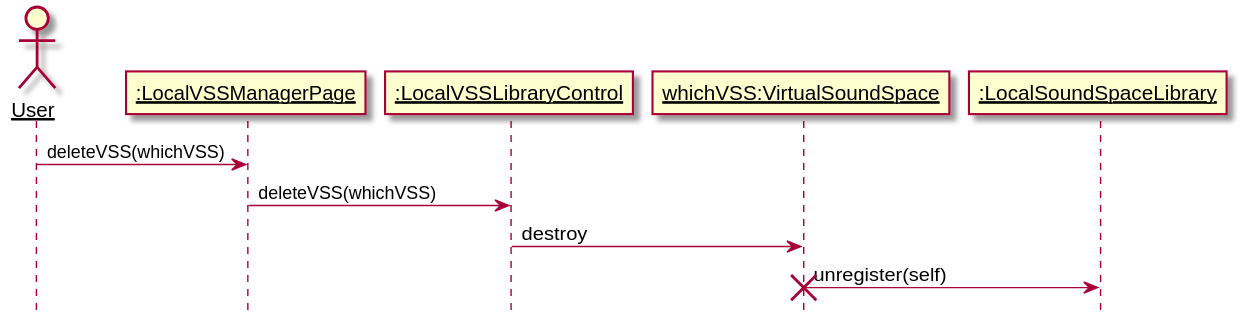
Earlier version of the PlantUML export 需求定义和分析/DeleteVSS.svg (kpp19920121/doc).
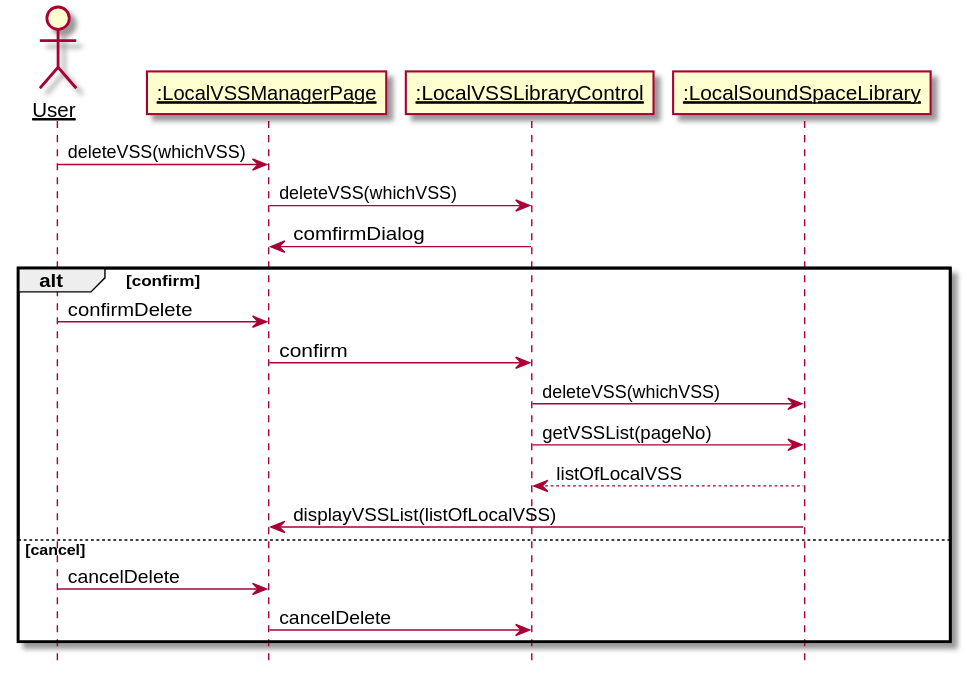
After the commit.

What changed in the source:
```diff
@@ -5,14 +5,22 @@
 actor User as user
 participant ":LocalVSSManagerPage" as page
 participant ":LocalVSSLibraryControl" as control
-participant "whichVSS:VirtualSoundSpace" as vss
 participant ":LocalSoundSpaceLibrary" as library
 
 user -> page: deleteVSS(whichVSS)
 page -> control: deleteVSS(whichVSS)
+control -> page: comfirmDialog
+alt confirm
+    user -> page: confirmDelete
+    page -> control: confirm
+    control -> library: deleteVSS(whichVSS)
+    control -> library: getVSSList(pageNo)
+    library --> control: listOfLocalVSS
+    library -> page: displayVSSList(listOfLocalVSS)
+else cancel
+    user -> page: cancelDelete
+    page -> control: cancelDelete
+end
 
-control -> vss: destroy
-vss -> library: unregister(self)
-destroy vss
 
 @enduml
```
